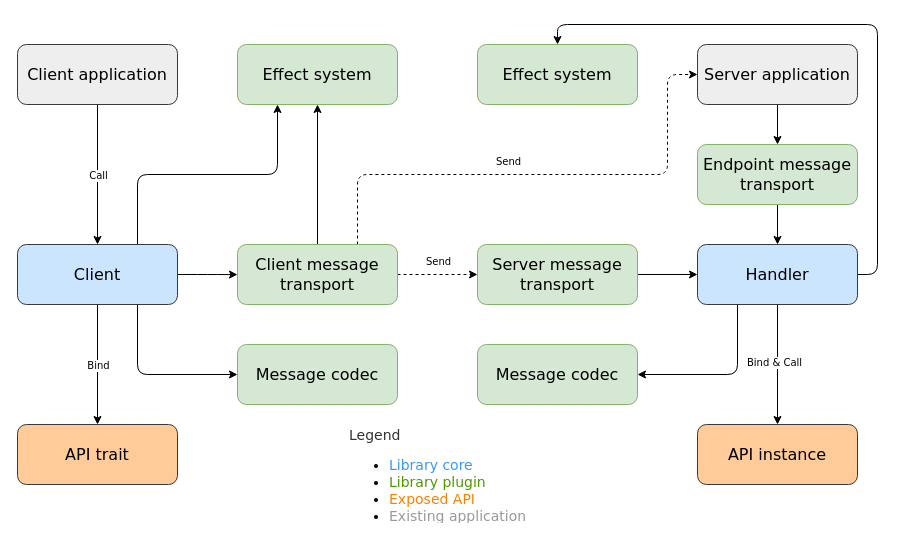
Earlier version of the draw.io diagram doc/diagrams/architecture.drawio (martin-ockajak/automorph). Source tidied: cells renumbered, new cells numbered last; positions are measured from the earlier drawing's top-left corner, leaving out a move shared by most shapes. Both pictures are drawn from the tidied source at 100%, with x=0, y=0 at pixel (17, 24).
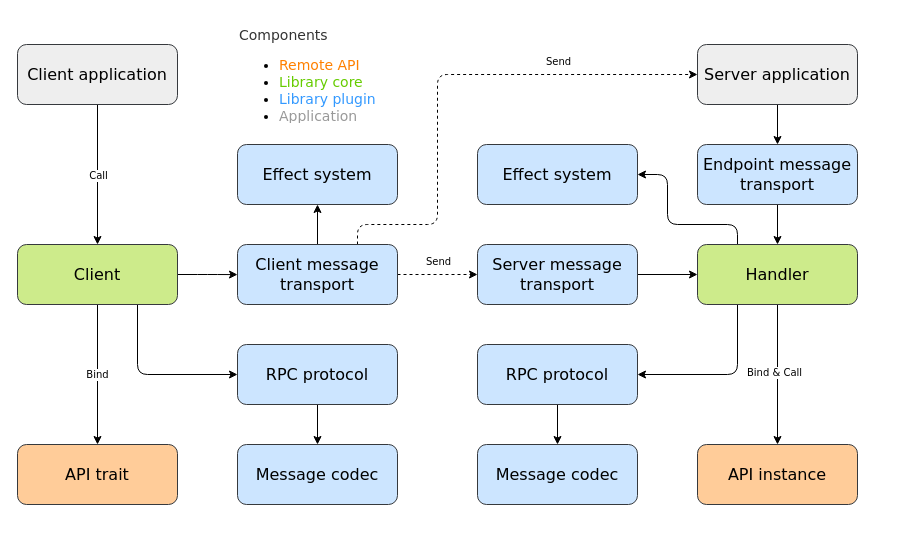
After the change.

The change refers to these unchanged cells:
```xml
<mxCell id="27" value="&lt;font style=&quot;font-size: 16px&quot;&gt;Server application&lt;/font&gt;" style="rounded=1;whiteSpace=wrap;html=1;fillColor=#eeeeee;strokeColor=#36393d;fontFamily=Verdana;fontSize=16;" parent="1" vertex="1">
  <mxGeometry x="680" y="20" width="160" height="60" as="geometry" />
</mxCell>
```

Change to the diagram source:
```diff
@@
-    <mxCell id="5" style="edgeStyle=orthogonalEdgeStyle;rounded=1;jettySize=auto;html=1;exitX=0.75;exitY=0;exitDx=0;exitDy=0;entryX=0.25;entryY=1;entryDx=0;entryDy=0;fontFamily=Verdana;fontSize=16;" parent="1" edge="1" source="8" target="13">
-      <mxGeometry relative="1" as="geometry">
-        <Array as="points">
-          <mxPoint x="120" y="150" />
-          <mxPoint x="260" y="150" />
-        </Array>
-      </mxGeometry>
-    </mxCell>
@@
-    <mxCell id="8" value="&lt;font style=&quot;font-size: 16px;&quot;&gt;Client&lt;/font&gt;" style="rounded=1;whiteSpace=wrap;html=1;fillColor=#cce5ff;strokeColor=#36393d;fontFamily=Verdana;fontSize=16;" parent="1" vertex="1">
+    <mxCell id="8" value="&lt;font style=&quot;font-size: 16px;&quot;&gt;Client&lt;/font&gt;" style="rounded=1;whiteSpace=wrap;html=1;fillColor=#cdeb8b;strokeColor=#36393d;fontFamily=Verdana;fontSize=16;" parent="1" vertex="1">
       <mxGeometry y="220" width="160" height="60" as="geometry" />
     </mxCell>
@@
-    <mxCell id="11" style="edgeStyle=orthogonalEdgeStyle;rounded=1;jettySize=auto;html=1;exitX=1;exitY=0.5;exitDx=0;exitDy=0;entryX=0.5;entryY=0;entryDx=0;entryDy=0;fontFamily=Verdana;fontSize=16;strokeColor=#000000;" parent="1" edge="1" source="12" target="30">
+    <mxCell id="11" style="edgeStyle=orthogonalEdgeStyle;rounded=1;jettySize=auto;html=1;exitX=0.25;exitY=0;exitDx=0;exitDy=0;entryX=1;entryY=0.5;entryDx=0;entryDy=0;fontFamily=Verdana;fontSize=16;strokeColor=#000000;" parent="1" edge="1" source="12" target="30">
       <mxGeometry relative="1" as="geometry">
         <Array as="points">
-          <mxPoint x="860" y="250" />
-          <mxPoint x="860" />
-          <mxPoint x="540" />
+          <mxPoint x="720" y="200" />
+          <mxPoint x="650" y="200" />
+          <mxPoint x="650" y="150" />
         </Array>
       </mxGeometry>
     </mxCell>
-    <mxCell id="12" value="&lt;font style=&quot;font-size: 16px;&quot;&gt;Handler&lt;/font&gt;" style="rounded=1;whiteSpace=wrap;html=1;fillColor=#cce5ff;strokeColor=#36393d;fontFamily=Verdana;fontSize=16;" parent="1" vertex="1">
+    <mxCell id="12" value="&lt;font style=&quot;font-size: 16px;&quot;&gt;Handler&lt;/font&gt;" style="rounded=1;whiteSpace=wrap;html=1;fillColor=#cdeb8b;strokeColor=#36393d;fontFamily=Verdana;fontSize=16;" parent="1" vertex="1">
       <mxGeometry x="680" y="220" width="160" height="60" as="geometry" />
     </mxCell>
-    <mxCell id="13" value="&lt;font style=&quot;font-size: 16px;&quot;&gt;Effect system&lt;/font&gt;" style="rounded=1;whiteSpace=wrap;html=1;fillColor=#d5e8d4;strokeColor=#82b366;fontFamily=Verdana;fontSize=16;verticalAlign=middle;" parent="1" vertex="1">
-      <mxGeometry x="220" y="20" width="160" height="60" as="geometry" />
+    <mxCell id="13" value="&lt;font style=&quot;font-size: 16px;&quot;&gt;Effect system&lt;/font&gt;" style="rounded=1;whiteSpace=wrap;html=1;fillColor=#cce5ff;strokeColor=#36393d;fontFamily=Verdana;fontSize=16;verticalAlign=middle;" parent="1" vertex="1">
+      <mxGeometry x="220" y="120" width="160" height="60" as="geometry" />
     </mxCell>
+    <mxCell id="38" style="edgeStyle=orthogonalEdgeStyle;rounded=0;jettySize=auto;html=1;exitX=0.5;exitY=1;exitDx=0;exitDy=0;entryX=0.5;entryY=0;entryDx=0;entryDy=0;" parent="1" edge="1" source="14" target="40">
+      <mxGeometry relative="1" as="geometry" />
+    </mxCell>
-    <mxCell id="14" value="&lt;font style=&quot;font-size: 16px&quot;&gt;Message codec&lt;/font&gt;" style="rounded=1;whiteSpace=wrap;html=1;fillColor=#d5e8d4;strokeColor=#82b366;fontFamily=Verdana;fontSize=16;" parent="1" vertex="1">
+    <mxCell id="14" value="&lt;font style=&quot;font-size: 16px&quot;&gt;RPC protocol&lt;/font&gt;" style="rounded=1;whiteSpace=wrap;html=1;fillColor=#cce5ff;strokeColor=#36393d;fontFamily=Verdana;fontSize=16;" parent="1" vertex="1">
       <mxGeometry x="220" y="320" width="160" height="60" as="geometry" />
     </mxCell>
@@
     <mxCell id="16" style="edgeStyle=orthogonalEdgeStyle;rounded=1;jettySize=auto;html=1;exitX=0.75;exitY=0;exitDx=0;exitDy=0;fontFamily=Verdana;fontSize=16;dashed=1;entryX=0;entryY=0.5;entryDx=0;entryDy=0;" parent="1" edge="1" source="18" target="27">
       <mxGeometry relative="1" as="geometry">
         <Array as="points">
-          <mxPoint x="340" y="150" />
-          <mxPoint x="650" y="150" />
-          <mxPoint x="650" y="50" />
+          <mxPoint x="340" y="200" />
+          <mxPoint x="420" y="200" />
+          <mxPoint x="420" y="50" />
         </Array>
       </mxGeometry>
     </mxCell>
@@
-    <mxCell id="18" value="&lt;font style=&quot;font-size: 16px&quot;&gt;Client message transport&lt;/font&gt;" style="rounded=1;whiteSpace=wrap;html=1;fillColor=#d5e8d4;strokeColor=#82b366;fontFamily=Verdana;fontSize=16;" parent="1" vertex="1">
+    <mxCell id="18" value="&lt;font style=&quot;font-size: 16px&quot;&gt;Client message transport&lt;/font&gt;" style="rounded=1;whiteSpace=wrap;html=1;fillColor=#cce5ff;strokeColor=#36393d;fontFamily=Verdana;fontSize=16;" parent="1" vertex="1">
       <mxGeometry x="220" y="220" width="160" height="60" as="geometry" />
     </mxCell>
@@
-    <mxCell id="20" value="&lt;font style=&quot;font-size: 16px&quot;&gt;Server message transport&lt;/font&gt;" style="rounded=1;whiteSpace=wrap;html=1;fillColor=#d5e8d4;strokeColor=#82b366;fontFamily=Verdana;fontSize=16;" parent="1" vertex="1">
+    <mxCell id="20" value="&lt;font style=&quot;font-size: 16px&quot;&gt;Server message transport&lt;/font&gt;" style="rounded=1;whiteSpace=wrap;html=1;fillColor=#cce5ff;strokeColor=#36393d;fontFamily=Verdana;fontSize=16;" parent="1" vertex="1">
       <mxGeometry x="460" y="220" width="160" height="60" as="geometry" />
     </mxCell>
@@
-    <mxCell id="23" value="&lt;font style=&quot;font-size: 16px&quot;&gt;Endpoint message transport&lt;/font&gt;" style="rounded=1;whiteSpace=wrap;html=1;fillColor=#d5e8d4;strokeColor=#82b366;fontFamily=Verdana;fontSize=16;" parent="1" vertex="1">
+    <mxCell id="23" value="&lt;font style=&quot;font-size: 16px&quot;&gt;Endpoint message transport&lt;/font&gt;" style="rounded=1;whiteSpace=wrap;html=1;fillColor=#cce5ff;strokeColor=#36393d;fontFamily=Verdana;fontSize=16;" parent="1" vertex="1">
       <mxGeometry x="680" y="120" width="160" height="60" as="geometry" />
     </mxCell>
     <mxCell id="24" value="&lt;font style=&quot;font-size: 16px&quot;&gt;API trait&lt;/font&gt;" style="rounded=1;whiteSpace=wrap;html=1;fillColor=#ffcc99;strokeColor=#36393d;fontFamily=Verdana;fontSize=16;" parent="1" vertex="1">
-      <mxGeometry y="400" width="160" height="60" as="geometry" />
+      <mxGeometry y="420" width="160" height="60" as="geometry" />
     </mxCell>
     <mxCell id="25" value="&lt;font style=&quot;font-size: 16px&quot;&gt;API instance&lt;/font&gt;" style="rounded=1;whiteSpace=wrap;html=1;fillColor=#ffcc99;strokeColor=#36393d;fontFamily=Verdana;fontSize=16;" parent="1" vertex="1">
-      <mxGeometry x="680" y="400" width="160" height="60" as="geometry" />
+      <mxGeometry x="680" y="420" width="160" height="60" as="geometry" />
     </mxCell>
@@
-    <mxCell id="30" value="&lt;font style=&quot;font-size: 16px;&quot;&gt;Effect system&lt;/font&gt;" style="rounded=1;whiteSpace=wrap;html=1;fillColor=#d5e8d4;strokeColor=#82b366;fontFamily=Verdana;fontSize=16;verticalAlign=middle;" parent="1" vertex="1">
-      <mxGeometry x="460" y="20" width="160" height="60" as="geometry" />
+    <mxCell id="30" value="&lt;font style=&quot;font-size: 16px;&quot;&gt;Effect system&lt;/font&gt;" style="rounded=1;whiteSpace=wrap;html=1;fillColor=#cce5ff;strokeColor=#36393d;fontFamily=Verdana;fontSize=16;verticalAlign=middle;" parent="1" vertex="1">
+      <mxGeometry x="460" y="120" width="160" height="60" as="geometry" />
     </mxCell>
+    <mxCell id="39" style="edgeStyle=orthogonalEdgeStyle;rounded=0;jettySize=auto;html=1;exitX=0.5;exitY=1;exitDx=0;exitDy=0;entryX=0.5;entryY=0;entryDx=0;entryDy=0;" parent="1" edge="1" source="31" target="41">
+      <mxGeometry relative="1" as="geometry" />
+    </mxCell>
-    <mxCell id="31" value="&lt;font style=&quot;font-size: 16px&quot;&gt;Message codec&lt;/font&gt;" style="rounded=1;whiteSpace=wrap;html=1;fillColor=#d5e8d4;strokeColor=#82b366;fontFamily=Verdana;fontSize=16;" parent="1" vertex="1">
+    <mxCell id="31" value="&lt;font style=&quot;font-size: 16px&quot;&gt;RPC protocol&lt;/font&gt;" style="rounded=1;whiteSpace=wrap;html=1;fillColor=#cce5ff;strokeColor=#36393d;fontFamily=Verdana;fontSize=16;" parent="1" vertex="1">
       <mxGeometry x="460" y="320" width="160" height="60" as="geometry" />
     </mxCell>
-    <mxCell id="32" value="Bind" style="edgeLabel;html=1;align=center;verticalAlign=middle;fontSize=10;fontFamily=Verdana;" parent="1" vertex="1">
-      <mxGeometry x="80" y="340" as="geometry" />
+    <mxCell id="32" value="Bind&lt;br&gt;" style="edgeLabel;html=1;align=center;verticalAlign=middle;fontSize=10;fontFamily=Verdana;" parent="1" vertex="1">
+      <mxGeometry x="80" y="350" as="geometry">
+        <mxPoint x="-1" y="-1" as="offset" />
+      </mxGeometry>
     </mxCell>
     <mxCell id="33" value="Bind &amp;amp; Call" style="edgeLabel;html=1;align=center;verticalAlign=middle;fontSize=10;fontFamily=Verdana;" parent="1" vertex="1">
-      <mxGeometry x="770" y="330" as="geometry">
+      <mxGeometry x="770" y="340" as="geometry">
         <mxPoint x="-14" y="7" as="offset" />
       </mxGeometry>
     </mxCell>
@@
     <mxCell id="35" value="Send" style="edgeLabel;html=1;align=center;verticalAlign=middle;fontSize=10;fontFamily=Verdana;" parent="1" vertex="1">
-      <mxGeometry x="500" y="130" as="geometry">
+      <mxGeometry x="550" y="30" as="geometry">
         <mxPoint x="-10" y="6" as="offset" />
       </mxGeometry>
     </mxCell>
@@
-    <mxCell id="37" value="&lt;div style=&quot;font-size: 14px&quot;&gt;&lt;font color=&quot;#333333&quot; style=&quot;font-size: 14px&quot;&gt;Legend&lt;/font&gt;&lt;/div&gt;&lt;ul style=&quot;font-size: 14px&quot;&gt;&lt;li&gt;&lt;font style=&quot;font-size: 14px&quot; color=&quot;#3399ff&quot;&gt;Library core&lt;/font&gt;&lt;/li&gt;&lt;li&gt;&lt;font style=&quot;font-size: 14px&quot; color=&quot;#4d9900&quot;&gt;Library plugin&lt;/font&gt;&lt;/li&gt;&lt;li&gt;&lt;font color=&quot;#ff8000&quot; style=&quot;font-size: 14px&quot;&gt;Exposed API&lt;/font&gt;&lt;/li&gt;&lt;li&gt;&lt;font style=&quot;font-size: 14px&quot; color=&quot;#999999&quot;&gt;Existing application&lt;/font&gt;&lt;/li&gt;&lt;/ul&gt;" style="text;strokeColor=none;fillColor=none;html=1;whiteSpace=wrap;verticalAlign=middle;overflow=hidden;fontFamily=Verdana;fontSize=12;align=left;" parent="1" vertex="1">
-      <mxGeometry x="330" y="400" width="210" height="100" as="geometry" />
+    <mxCell id="37" value="&lt;div style=&quot;font-size: 14px&quot;&gt;&lt;font color=&quot;#333333&quot;&gt;Components&lt;/font&gt;&lt;/div&gt;&lt;ul style=&quot;font-size: 14px&quot;&gt;&lt;li&gt;&lt;font color=&quot;#ff8000&quot;&gt;Remote API&lt;/font&gt;&lt;/li&gt;&lt;li&gt;&lt;font color=&quot;#66cc00&quot;&gt;Library core&lt;/font&gt;&lt;/li&gt;&lt;li&gt;&lt;font style=&quot;font-size: 14px&quot; color=&quot;#3399ff&quot;&gt;Library plugin&lt;/font&gt;&lt;/li&gt;&lt;li&gt;&lt;font style=&quot;font-size: 14px&quot; color=&quot;#999999&quot;&gt;Application&lt;/font&gt;&lt;/li&gt;&lt;/ul&gt;" style="text;strokeColor=none;fillColor=none;html=1;whiteSpace=wrap;verticalAlign=middle;overflow=hidden;fontFamily=Verdana;fontSize=12;align=left;" parent="1" vertex="1">
+      <mxGeometry x="220" width="185" height="100" as="geometry" />
     </mxCell>
+    <mxCell id="40" value="&lt;font style=&quot;font-size: 16px&quot;&gt;Message codec&lt;/font&gt;" style="rounded=1;whiteSpace=wrap;html=1;fillColor=#cce5ff;strokeColor=#36393d;fontFamily=Verdana;fontSize=16;" parent="1" vertex="1">
+      <mxGeometry x="220" y="420" width="160" height="60" as="geometry" />
+    </mxCell>
+    <mxCell id="41" value="&lt;font style=&quot;font-size: 16px&quot;&gt;Message codec&lt;/font&gt;" style="rounded=1;whiteSpace=wrap;html=1;fillColor=#cce5ff;strokeColor=#36393d;fontFamily=Verdana;fontSize=16;" parent="1" vertex="1">
+      <mxGeometry x="460" y="420" width="160" height="60" as="geometry" />
+    </mxCell>
```
